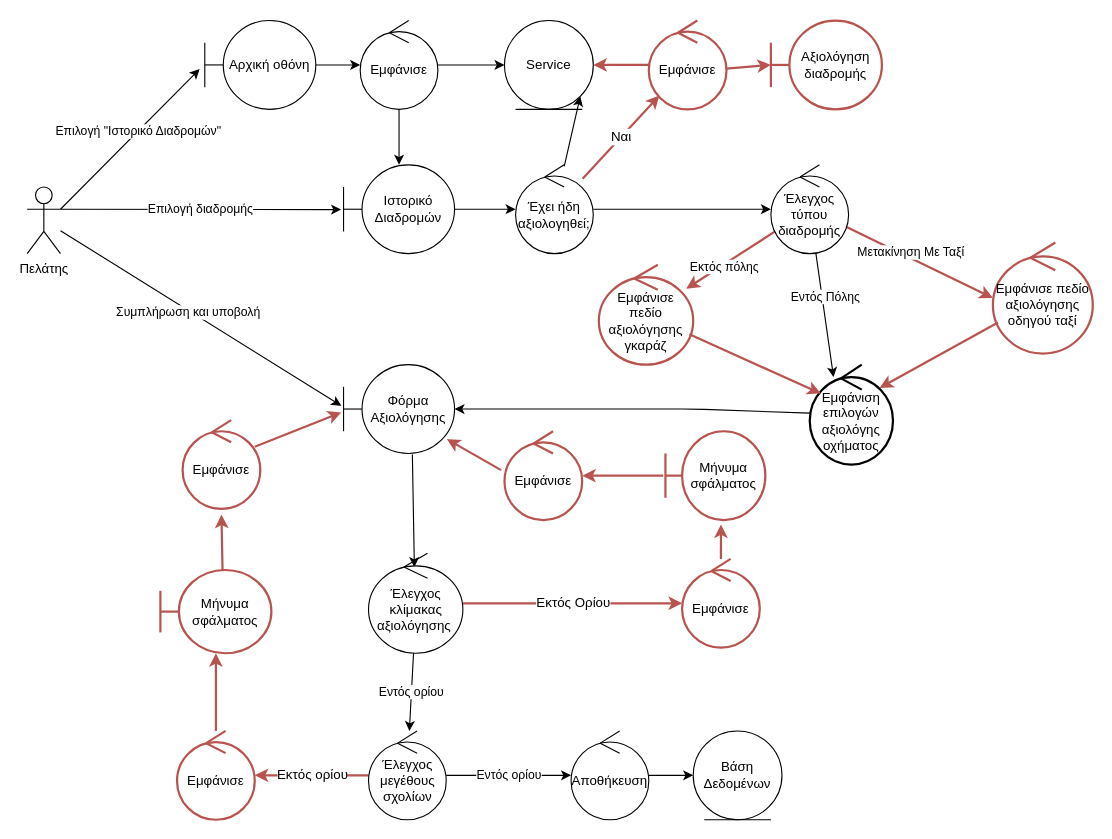
The draw.io diagram Part_2/Robustness/diagrams/14_Αξιολόγηση.drawio in Nikolis2002/texnoligia_logismikou, before the edit. Source tidied: cells renumbered, new cells numbered last; positions are measured from the earlier drawing's top-left corner, leaving out a move shared by most shapes. Both pictures are drawn from the tidied source at 111%, with x=0, y=0 at pixel (27, 20).
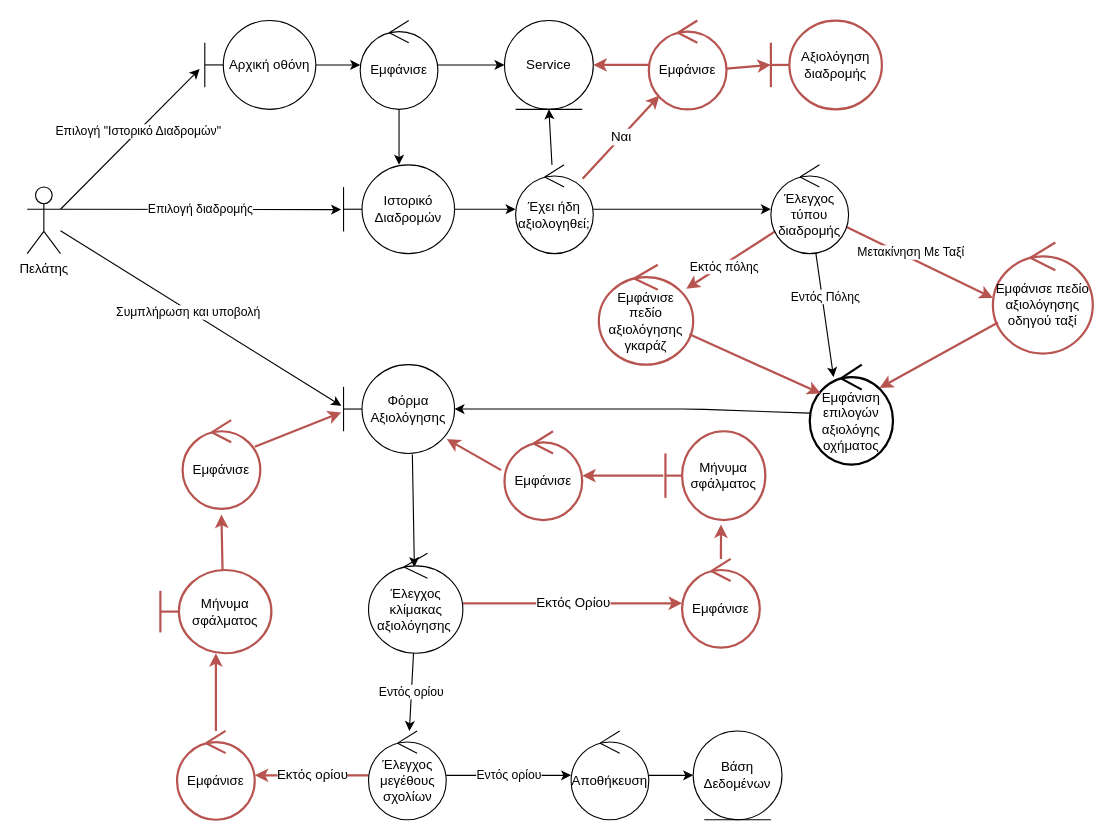
After the change.

The change refers to these unchanged cells:
```xml
<mxCell id="46" value="Έχει ήδη αξιολογηθεί;" style="ellipse;shape=umlControl;whiteSpace=wrap;html=1;" parent="1" vertex="1">
  <mxGeometry x="440" y="130" width="70" height="80" as="geometry" />
</mxCell>
<mxCell id="50" value="Service" style="ellipse;shape=umlEntity;whiteSpace=wrap;html=1;" parent="1" vertex="1">
  <mxGeometry x="430" width="80" height="80" as="geometry" />
</mxCell>
```

Diff of the diagram source:
```diff
@@
-    <mxCell id="44" style="edgeStyle=none;html=1;entryX=1;entryY=1;entryDx=0;entryDy=0;" parent="1" edge="1" source="46" target="50">
+    <mxCell id="44" style="edgeStyle=none;html=1;entryX=0.5;entryY=1;entryDx=0;entryDy=0;" parent="1" edge="1" source="46" target="50">
       <mxGeometry relative="1" as="geometry" />
     </mxCell>
```
